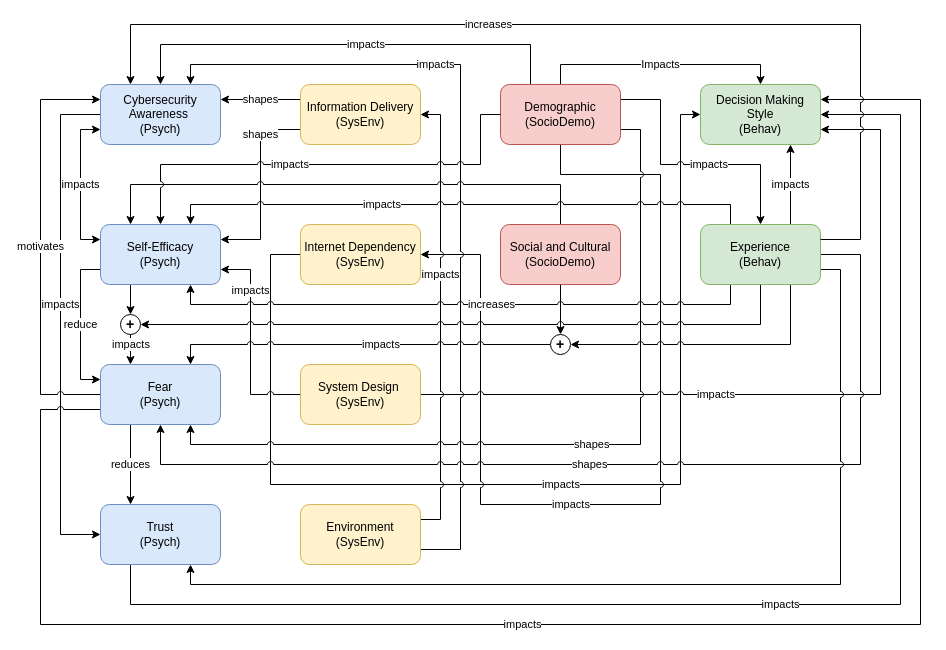
This is page "Page-1" (1 of 5) of Diagrams/Codebook.drawio from HooradAboo/I-CLAIM, a draw.io file, before an edit. Source tidied: cells renumbered, new cells numbered last; positions are measured from the earlier drawing's top-left corner, leaving out a move shared by most shapes. Both pictures are drawn from the tidied source at 100%, with x=0, y=0 at pixel (40, 24).
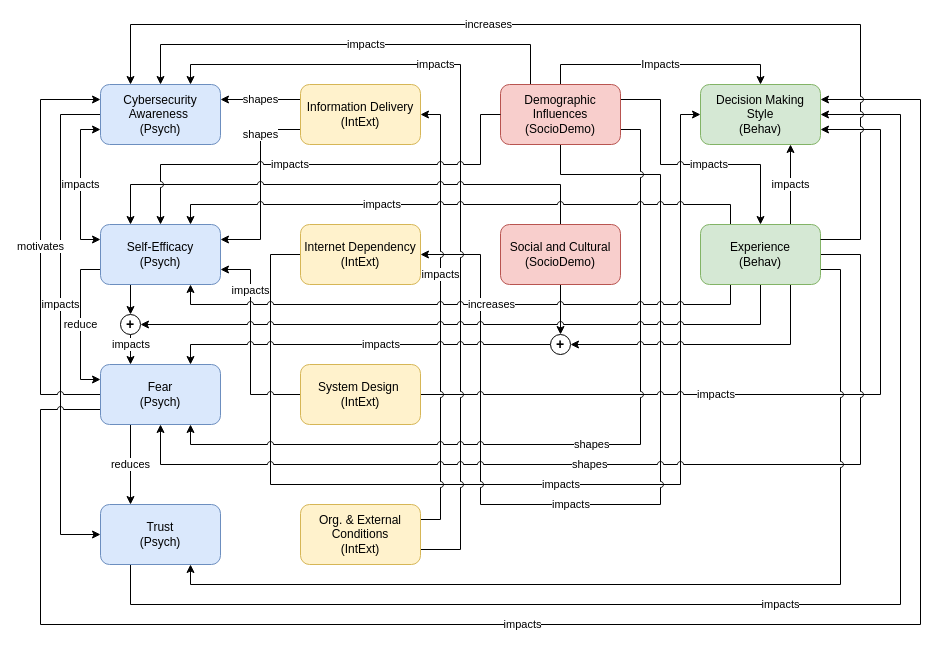
After the change.

What changed in the source:
```diff
@@
-    <mxCell id="16" value="Information Delivery&lt;br&gt;(SysEnv)" style="rounded=1;whiteSpace=wrap;html=1;fillColor=#fff2cc;strokeColor=#d6b656;" parent="1" vertex="1">
+    <mxCell id="16" value="Information Delivery&lt;br&gt;(IntExt)" style="rounded=1;whiteSpace=wrap;html=1;fillColor=#fff2cc;strokeColor=#d6b656;" parent="1" vertex="1">
       <mxGeometry x="260" y="60" width="120" height="60" as="geometry" />
     </mxCell>
@@
-    <mxCell id="19" value="Internet Dependency&lt;br&gt;(SysEnv)" style="rounded=1;whiteSpace=wrap;html=1;fillColor=#fff2cc;strokeColor=#d6b656;" parent="1" vertex="1">
+    <mxCell id="19" value="Internet Dependency&lt;br&gt;(IntExt)" style="rounded=1;whiteSpace=wrap;html=1;fillColor=#fff2cc;strokeColor=#d6b656;" parent="1" vertex="1">
       <mxGeometry x="260" y="200" width="120" height="60" as="geometry" />
     </mxCell>
@@
-    <mxCell id="22" value="System Design&lt;span style=&quot;background-color: transparent; color: light-dark(rgb(0, 0, 0), rgb(255, 255, 255));&quot;&gt;&amp;nbsp;&lt;/span&gt;&lt;div&gt;(SysEnv)&lt;/div&gt;" style="rounded=1;whiteSpace=wrap;html=1;fillColor=#fff2cc;strokeColor=#d6b656;" parent="1" vertex="1">
+    <mxCell id="22" value="System Design&lt;span style=&quot;background-color: transparent; color: light-dark(rgb(0, 0, 0), rgb(255, 255, 255));&quot;&gt;&amp;nbsp;&lt;/span&gt;&lt;div&gt;(IntExt)&lt;/div&gt;" style="rounded=1;whiteSpace=wrap;html=1;fillColor=#fff2cc;strokeColor=#d6b656;" parent="1" vertex="1">
       <mxGeometry x="260" y="340" width="120" height="60" as="geometry" />
     </mxCell>
@@
-    <mxCell id="25" value="&lt;div&gt;Environment&lt;br&gt;(SysEnv)&lt;/div&gt;" style="rounded=1;whiteSpace=wrap;html=1;fillColor=#fff2cc;strokeColor=#d6b656;" parent="1" vertex="1">
+    <mxCell id="25" value="&lt;div&gt;&lt;div&gt;Org. &amp;amp; External&lt;/div&gt;&lt;div&gt;Conditions&lt;/div&gt;(IntExt)&lt;/div&gt;" style="rounded=1;whiteSpace=wrap;html=1;fillColor=#fff2cc;strokeColor=#d6b656;" parent="1" vertex="1">
       <mxGeometry x="260" y="480" width="120" height="60" as="geometry" />
     </mxCell>
@@
-    <mxCell id="30" value="Demographic&lt;br&gt;(SocioDemo)" style="rounded=1;whiteSpace=wrap;html=1;fillColor=#f8cecc;strokeColor=#b85450;" parent="1" vertex="1">
+    <mxCell id="30" value="Demographic Influences&lt;br&gt;(SocioDemo)" style="rounded=1;whiteSpace=wrap;html=1;fillColor=#f8cecc;strokeColor=#b85450;" parent="1" vertex="1">
       <mxGeometry x="460" y="60" width="120" height="60" as="geometry" />
     </mxCell>
```
